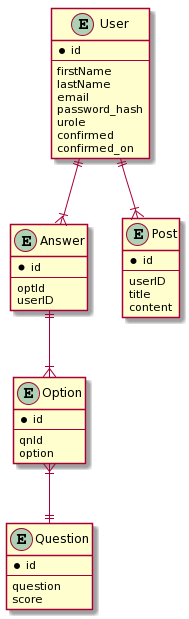
Earlier version of the PlantUML export docs/diagrams/Database.png (Orbital-Knewbie/Knewbie).
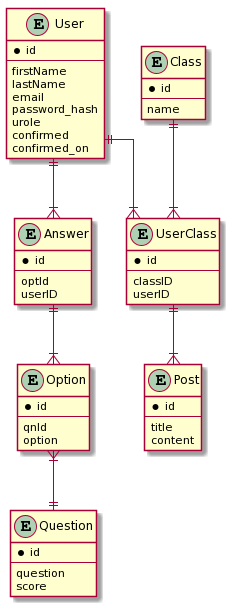
Above is the later version.

Commit message:
Create UserGuide-Educator and update Database

The edit, as a diff of the source:
```diff
@@ -1,4 +1,6 @@
 @startuml
+skinparam linetype ortho
+
 entity User {
 *id
 --
@@ -35,14 +37,29 @@
 entity Post {
 *id
 --
-userID
 title
 content
 }
 
-User ||--|{ Post
+entity Class {
+*id
+--
+name
+}
+
+entity UserClass {
+*id
+--
+classID
+userID
+}
+
 User ||--|{ Answer
 
 Answer ||--|{ Option
 Option }|--|| Question
+
+User ||--|{ UserClass
+Class ||--|{ UserClass
+UserClass ||--|{ Post
 @enduml
```
